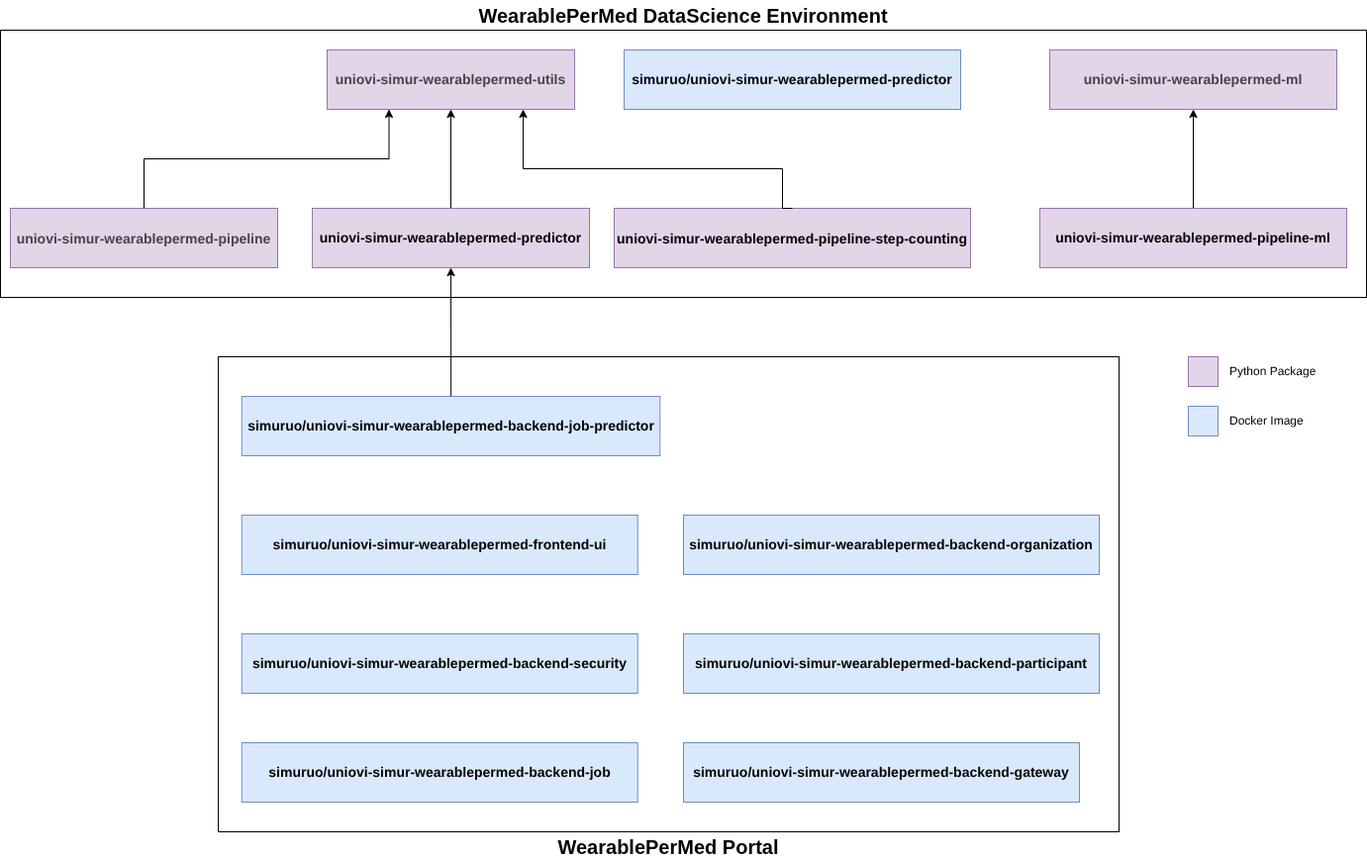
Before: section5/assets/images/diagram_dependencies.png, a diagram exported from draw.io (SiMuR-UO/uniovi-simur-wearablepermed-wiki). Source tidied: cells renumbered, new cells last; positions are measured from the earlier drawing's top-left corner, leaving out a move shared by most shapes.
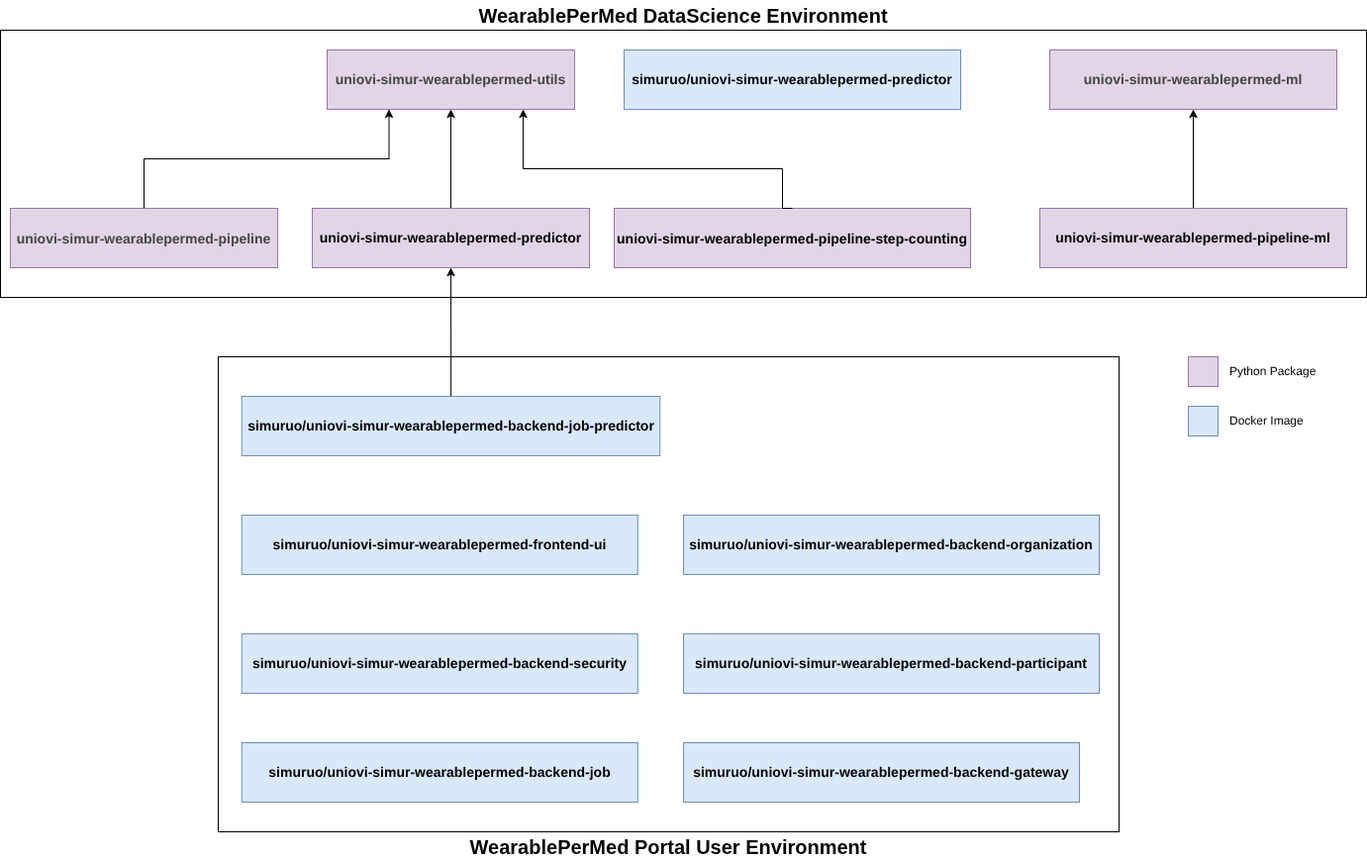
After the change.

Change to the diagram source:
```diff
@@ -76,7 +76,7 @@
     <mxCell id="24" value="&lt;span style=&quot;text-align: left;&quot;&gt;&lt;font style=&quot;font-size: 14px;&quot;&gt;&lt;a href=&quot;https://hub.docker.com/repository/docker/simuruo/uniovi-simur-wearablepermed-backend-job&quot;&gt;simuruo/uniovi-simur-wearablepermed-backend-job&lt;/a&gt;&lt;/font&gt;&lt;/span&gt;" style="rounded=0;whiteSpace=wrap;html=1;fontStyle=1;fillColor=#dae8fc;strokeColor=#6c8ebf;" parent="1" vertex="1">
       <mxGeometry x="243.8" y="750" width="400" height="60" as="geometry" />
     </mxCell>
-    <mxCell id="25" value="&lt;b&gt;&lt;font style=&quot;font-size: 20px;&quot;&gt;WearablePerMed Portal&lt;/font&gt;&lt;/b&gt;" style="text;html=1;whiteSpace=wrap;strokeColor=none;fillColor=none;align=center;verticalAlign=middle;rounded=0;" parent="1" vertex="1">
+    <mxCell id="25" value="&lt;b&gt;&lt;font style=&quot;font-size: 20px;&quot;&gt;WearablePerMed Portal User Environment&lt;/font&gt;&lt;/b&gt;" style="text;html=1;whiteSpace=wrap;strokeColor=none;fillColor=none;align=center;verticalAlign=middle;rounded=0;" parent="1" vertex="1">
       <mxGeometry x="220" y="840" width="910" height="30" as="geometry" />
     </mxCell>
     <mxCell id="26" value="&lt;b&gt;&lt;font style=&quot;font-size: 20px;&quot;&gt;WearablePerMed DataScience Environment&lt;/font&gt;&lt;/b&gt;" style="text;html=1;whiteSpace=wrap;strokeColor=none;fillColor=none;align=center;verticalAlign=middle;rounded=0;" parent="1" vertex="1">
```
